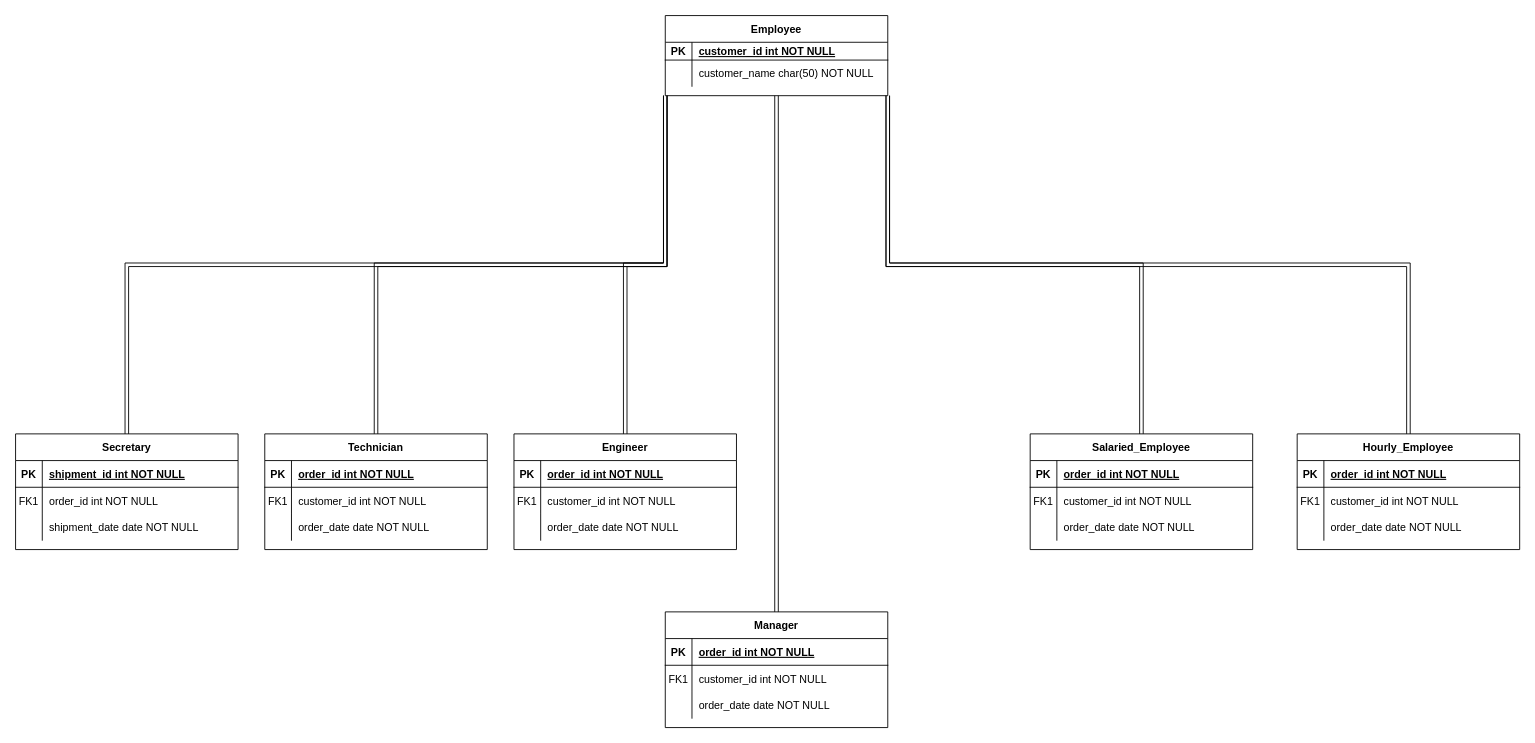
Before: ERD_classwork8.drawio in jacksoes/ERD-HW-11-4, a draw.io diagram. Source tidied: cells renumbered, new cells numbered last; positions are measured from the earlier drawing's top-left corner, leaving out a move shared by most shapes. Both pictures are drawn from the tidied source at 89%, with x=0, y=0 at pixel (15, 15).
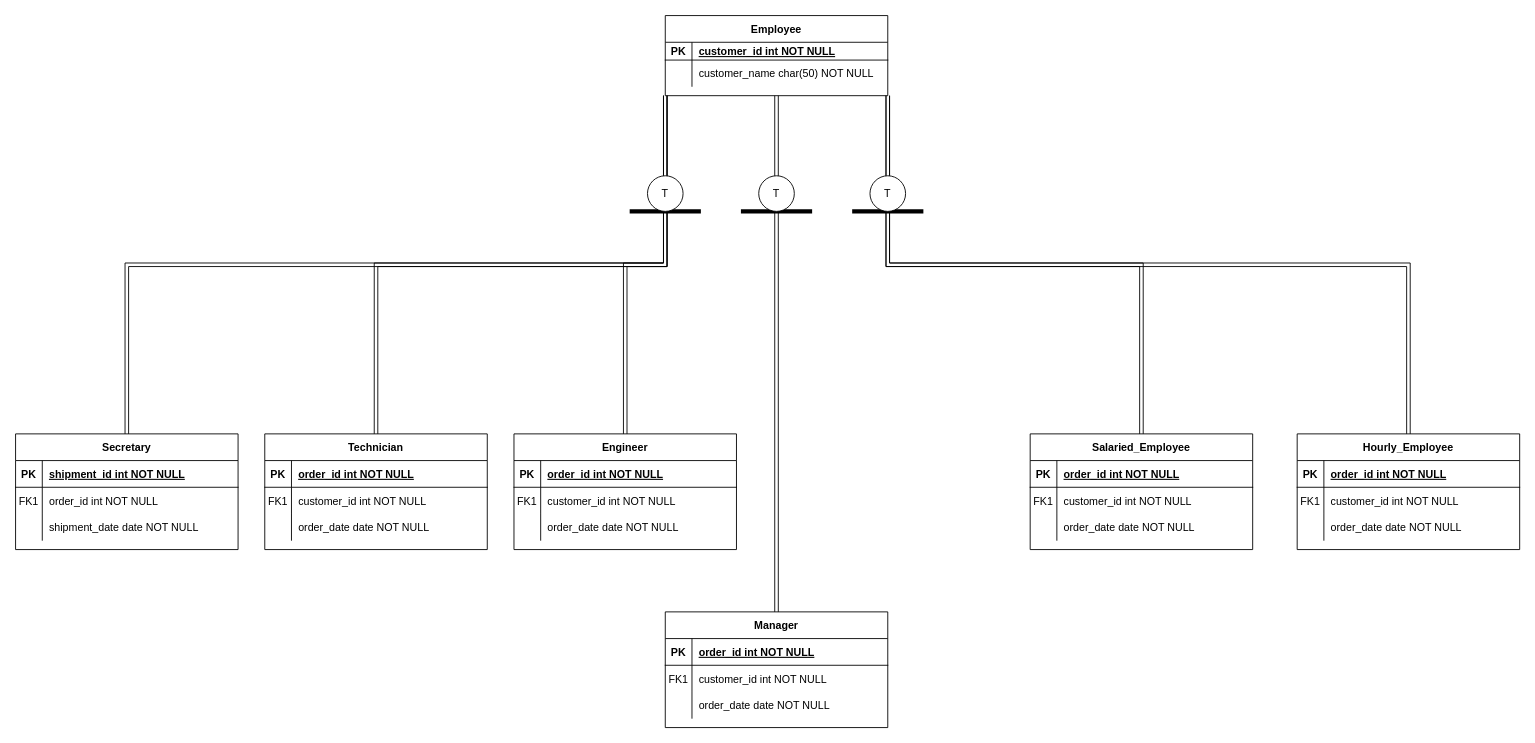
After the change.

What changed in the source:
```diff
@@
+    <mxCell id="75" style="endArrow=none;html=1;rounded=0;strokeWidth=5;" parent="1" edge="1">
+      <mxGeometry relative="1" as="geometry">
+        <mxPoint x="690" y="220" as="sourcePoint" />
+        <mxPoint x="770" y="220" as="targetPoint" />
+      </mxGeometry>
+    </mxCell>
+    <mxCell id="76" value="T" style="ellipse;whiteSpace=wrap;html=1;align=center;" parent="1" vertex="1">
+      <mxGeometry x="710" y="180" width="40" height="40" as="geometry" />
+    </mxCell>
+    <mxCell id="77" style="endArrow=none;html=1;rounded=0;strokeWidth=5;" parent="1" edge="1">
+      <mxGeometry relative="1" as="geometry">
+        <mxPoint x="940" y="220" as="sourcePoint" />
+        <mxPoint x="1020" y="220" as="targetPoint" />
+      </mxGeometry>
+    </mxCell>
+    <mxCell id="78" value="T" style="ellipse;whiteSpace=wrap;html=1;align=center;" parent="1" vertex="1">
+      <mxGeometry x="960" y="180" width="40" height="40" as="geometry" />
+    </mxCell>
+    <mxCell id="79" style="endArrow=none;html=1;rounded=0;strokeWidth=5;" parent="1" edge="1">
+      <mxGeometry relative="1" as="geometry">
+        <mxPoint x="815" y="220" as="sourcePoint" />
+        <mxPoint x="895" y="220" as="targetPoint" />
+      </mxGeometry>
+    </mxCell>
+    <mxCell id="80" value="T" style="ellipse;whiteSpace=wrap;html=1;align=center;" parent="1" vertex="1">
+      <mxGeometry x="835" y="180" width="40" height="40" as="geometry" />
+    </mxCell>
```
